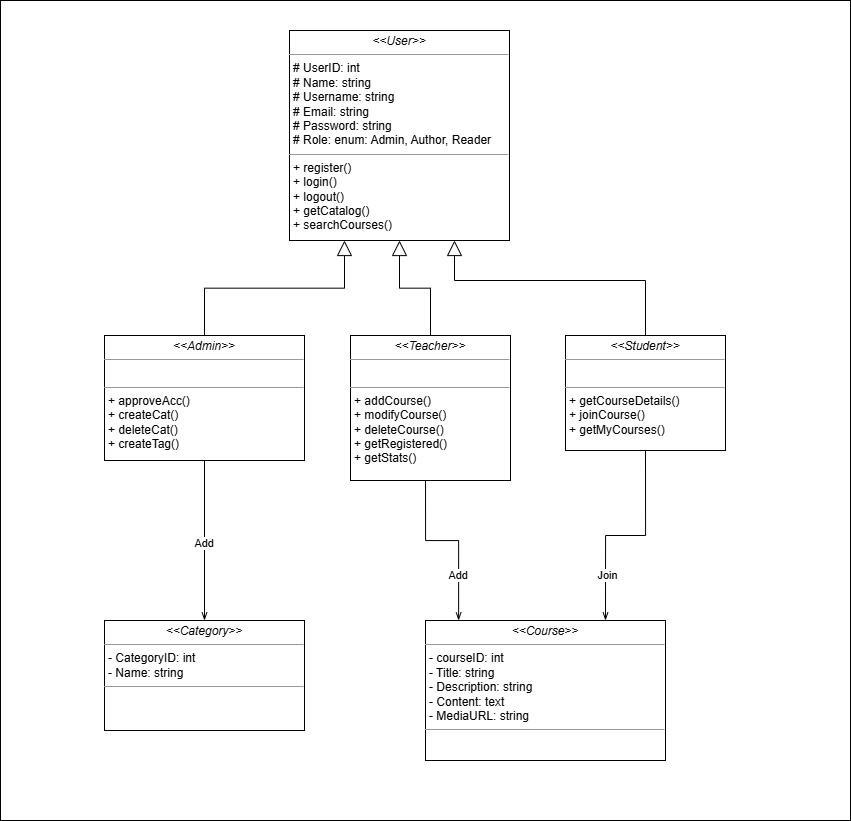
This is diagrams/Class.png from theshamkhi/Udemy, a draw.io export, as it was before one commit. Source tidied: cells renumbered, new cells last; positions are measured from the earlier drawing's top-left corner, leaving out a move shared by most shapes.
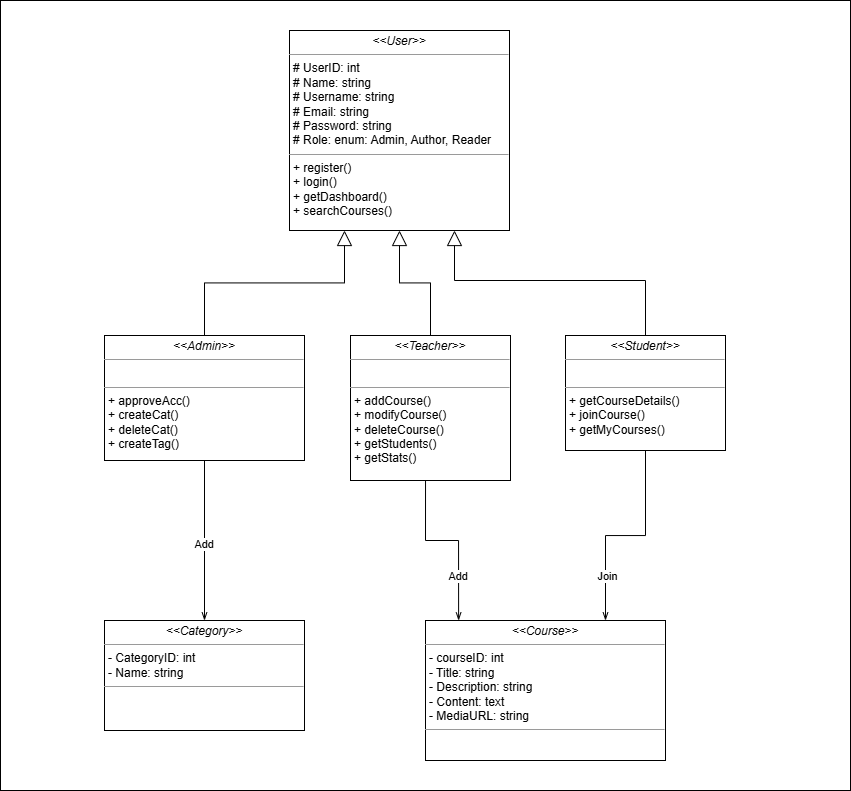
Above is the later version.

Commit message:
Updated Class Diagram

What changed in the source:
```diff
@@ -3,7 +3,7 @@
     <mxCell id="0" />
     <mxCell id="1" parent="0" />
     <mxCell id="2" value="&amp;amp;" style="rounded=0;whiteSpace=wrap;html=1;" parent="1" vertex="1">
-      <mxGeometry width="850" height="820" as="geometry" />
+      <mxGeometry width="850" height="790" as="geometry" />
     </mxCell>
     <mxCell id="3" style="edgeStyle=orthogonalEdgeStyle;rounded=0;jettySize=auto;html=1;endArrow=openThin;endFill=0;" parent="1" edge="1" source="5" target="10">
       <mxGeometry relative="1" as="geometry" />
@@ -24,14 +24,14 @@
         </Array>
       </mxGeometry>
     </mxCell>
-    <mxCell id="7" value="&lt;p style=&quot;margin:0px;margin-top:4px;text-align:center;&quot;&gt;&lt;i&gt;&amp;lt;&amp;lt;Teacher&amp;gt;&amp;gt;&lt;/i&gt;&lt;br&gt;&lt;/p&gt;&lt;hr size=&quot;1&quot;&gt;&lt;p style=&quot;margin:0px;margin-left:4px;&quot;&gt;&lt;br&gt;&lt;/p&gt;&lt;hr size=&quot;1&quot;&gt;&lt;p style=&quot;margin:0px;margin-left:4px;&quot;&gt;+ addCourse()&lt;/p&gt;&lt;p style=&quot;margin:0px;margin-left:4px;&quot;&gt;+ modifyCourse()&lt;/p&gt;&lt;p style=&quot;margin:0px;margin-left:4px;&quot;&gt;+ deleteCourse()&lt;/p&gt;&lt;p style=&quot;margin:0px;margin-left:4px;&quot;&gt;+ getRegistered()&lt;/p&gt;&lt;p style=&quot;margin:0px;margin-left:4px;&quot;&gt;+ getStats()&lt;/p&gt;" style="verticalAlign=top;align=left;overflow=fill;fontSize=12;fontFamily=Helvetica;html=1;rounded=0;shadow=0;comic=0;labelBackgroundColor=none;strokeWidth=1;" parent="1" vertex="1">
+    <mxCell id="7" value="&lt;p style=&quot;margin:0px;margin-top:4px;text-align:center;&quot;&gt;&lt;i&gt;&amp;lt;&amp;lt;Teacher&amp;gt;&amp;gt;&lt;/i&gt;&lt;br&gt;&lt;/p&gt;&lt;hr size=&quot;1&quot;&gt;&lt;p style=&quot;margin:0px;margin-left:4px;&quot;&gt;&lt;br&gt;&lt;/p&gt;&lt;hr size=&quot;1&quot;&gt;&lt;p style=&quot;margin:0px;margin-left:4px;&quot;&gt;+ addCourse()&lt;/p&gt;&lt;p style=&quot;margin:0px;margin-left:4px;&quot;&gt;+ modifyCourse()&lt;/p&gt;&lt;p style=&quot;margin:0px;margin-left:4px;&quot;&gt;+ deleteCourse()&lt;/p&gt;&lt;p style=&quot;margin:0px;margin-left:4px;&quot;&gt;+ getStudents()&lt;/p&gt;&lt;p style=&quot;margin:0px;margin-left:4px;&quot;&gt;+ getStats()&lt;/p&gt;" style="verticalAlign=top;align=left;overflow=fill;fontSize=12;fontFamily=Helvetica;html=1;rounded=0;shadow=0;comic=0;labelBackgroundColor=none;strokeWidth=1;" parent="1" vertex="1">
       <mxGeometry x="350" y="335" width="160" height="145" as="geometry" />
     </mxCell>
     <mxCell id="8" value="&lt;p style=&quot;margin:0px;margin-top:4px;text-align:center;&quot;&gt;&lt;i&gt;&amp;lt;&amp;lt;Student&amp;gt;&amp;gt;&lt;/i&gt;&lt;br&gt;&lt;/p&gt;&lt;hr size=&quot;1&quot;&gt;&lt;p style=&quot;margin:0px;margin-left:4px;&quot;&gt;&lt;br&gt;&lt;/p&gt;&lt;hr size=&quot;1&quot;&gt;&lt;p style=&quot;margin:0px;margin-left:4px;&quot;&gt;+ getCourseDetails()&lt;/p&gt;&lt;p style=&quot;margin:0px;margin-left:4px;&quot;&gt;+ joinCourse()&lt;/p&gt;&lt;p style=&quot;margin:0px;margin-left:4px;&quot;&gt;+ getMyCourses()&lt;/p&gt;" style="verticalAlign=top;align=left;overflow=fill;fontSize=12;fontFamily=Helvetica;html=1;rounded=0;shadow=0;comic=0;labelBackgroundColor=none;strokeWidth=1;" parent="1" vertex="1">
       <mxGeometry x="565" y="335" width="160" height="115" as="geometry" />
     </mxCell>
-    <mxCell id="9" value="&lt;p style=&quot;margin:0px;margin-top:4px;text-align:center;&quot;&gt;&lt;i&gt;&amp;lt;&amp;lt;User&amp;gt;&amp;gt;&lt;/i&gt;&lt;br&gt;&lt;/p&gt;&lt;hr size=&quot;1&quot;&gt;&lt;p style=&quot;margin: 0px 0px 0px 4px;&quot;&gt;# UserID: int&lt;br&gt;# Name: string&lt;/p&gt;&lt;p style=&quot;margin: 0px 0px 0px 4px;&quot;&gt;# Username: string&lt;/p&gt;&lt;p style=&quot;margin: 0px 0px 0px 4px;&quot;&gt;# Email: string&lt;/p&gt;&lt;p style=&quot;margin: 0px 0px 0px 4px;&quot;&gt;# Password: string&lt;/p&gt;&lt;p style=&quot;margin: 0px 0px 0px 4px;&quot;&gt;# Role: enum: Admin, Author, Reader&lt;/p&gt;&lt;hr size=&quot;1&quot;&gt;&lt;p style=&quot;margin: 0px 0px 0px 4px;&quot;&gt;&lt;span style=&quot;background-color: transparent; color: light-dark(rgb(0, 0, 0), rgb(255, 255, 255));&quot;&gt;+ register()&lt;/span&gt;&lt;/p&gt;&lt;p style=&quot;margin: 0px 0px 0px 4px;&quot;&gt;&lt;span style=&quot;background-color: transparent; color: light-dark(rgb(0, 0, 0), rgb(255, 255, 255));&quot;&gt;+ login()&lt;/span&gt;&lt;/p&gt;&lt;p style=&quot;margin: 0px 0px 0px 4px;&quot;&gt;&lt;span style=&quot;background-color: transparent; color: light-dark(rgb(0, 0, 0), rgb(255, 255, 255));&quot;&gt;+ logout()&lt;/span&gt;&lt;/p&gt;&lt;p style=&quot;margin: 0px 0px 0px 4px;&quot;&gt;+&amp;nbsp;getCatalog()&lt;/p&gt;&lt;p style=&quot;margin: 0px 0px 0px 4px;&quot;&gt;+&amp;nbsp;searchCourses()&lt;/p&gt;&lt;div&gt;&lt;br&gt;&lt;/div&gt;" style="verticalAlign=top;align=left;overflow=fill;fontSize=12;fontFamily=Helvetica;html=1;rounded=0;shadow=0;comic=0;labelBackgroundColor=none;strokeWidth=1;" parent="1" vertex="1">
-      <mxGeometry x="289" y="30" width="220" height="210" as="geometry" />
+    <mxCell id="9" value="&lt;p style=&quot;margin:0px;margin-top:4px;text-align:center;&quot;&gt;&lt;i&gt;&amp;lt;&amp;lt;User&amp;gt;&amp;gt;&lt;/i&gt;&lt;br&gt;&lt;/p&gt;&lt;hr size=&quot;1&quot;&gt;&lt;p style=&quot;margin: 0px 0px 0px 4px;&quot;&gt;# UserID: int&lt;br&gt;# Name: string&lt;/p&gt;&lt;p style=&quot;margin: 0px 0px 0px 4px;&quot;&gt;# Username: string&lt;/p&gt;&lt;p style=&quot;margin: 0px 0px 0px 4px;&quot;&gt;# Email: string&lt;/p&gt;&lt;p style=&quot;margin: 0px 0px 0px 4px;&quot;&gt;# Password: string&lt;/p&gt;&lt;p style=&quot;margin: 0px 0px 0px 4px;&quot;&gt;# Role: enum: Admin, Author, Reader&lt;/p&gt;&lt;hr size=&quot;1&quot;&gt;&lt;p style=&quot;margin: 0px 0px 0px 4px;&quot;&gt;&lt;span style=&quot;background-color: transparent; color: light-dark(rgb(0, 0, 0), rgb(255, 255, 255));&quot;&gt;+ register()&lt;/span&gt;&lt;/p&gt;&lt;p style=&quot;margin: 0px 0px 0px 4px;&quot;&gt;&lt;span style=&quot;background-color: transparent; color: light-dark(rgb(0, 0, 0), rgb(255, 255, 255));&quot;&gt;+ login()&lt;/span&gt;&lt;/p&gt;&lt;p style=&quot;margin: 0px 0px 0px 4px;&quot;&gt;+&amp;nbsp;getDashboard()&lt;/p&gt;&lt;p style=&quot;margin: 0px 0px 0px 4px;&quot;&gt;+&amp;nbsp;searchCourses()&lt;/p&gt;&lt;div&gt;&lt;br&gt;&lt;/div&gt;" style="verticalAlign=top;align=left;overflow=fill;fontSize=12;fontFamily=Helvetica;html=1;rounded=0;shadow=0;comic=0;labelBackgroundColor=none;strokeWidth=1;" parent="1" vertex="1">
+      <mxGeometry x="289" y="30" width="220" height="200" as="geometry" />
     </mxCell>
     <mxCell id="10" value="&lt;p style=&quot;margin:0px;margin-top:4px;text-align:center;&quot;&gt;&lt;i&gt;&amp;lt;&amp;lt;&lt;/i&gt;&lt;i style=&quot;background-color: transparent; color: light-dark(rgb(0, 0, 0), rgb(255, 255, 255));&quot;&gt;Category&lt;/i&gt;&lt;i style=&quot;background-color: transparent; color: light-dark(rgb(0, 0, 0), rgb(255, 255, 255));&quot;&gt;&amp;gt;&amp;gt;&lt;/i&gt;&lt;/p&gt;&lt;hr size=&quot;1&quot;&gt;&lt;p style=&quot;margin:0px;margin-left:4px;&quot;&gt;- CategoryID: int&lt;br&gt;- Name: string&lt;/p&gt;&lt;hr size=&quot;1&quot;&gt;&lt;p style=&quot;margin:0px;margin-left:4px;&quot;&gt;&lt;br&gt;&lt;/p&gt;" style="verticalAlign=top;align=left;overflow=fill;fontSize=12;fontFamily=Helvetica;html=1;rounded=0;shadow=0;comic=0;labelBackgroundColor=none;strokeWidth=1;" parent="1" vertex="1">
       <mxGeometry x="104" y="620" width="200" height="110" as="geometry" />
```
